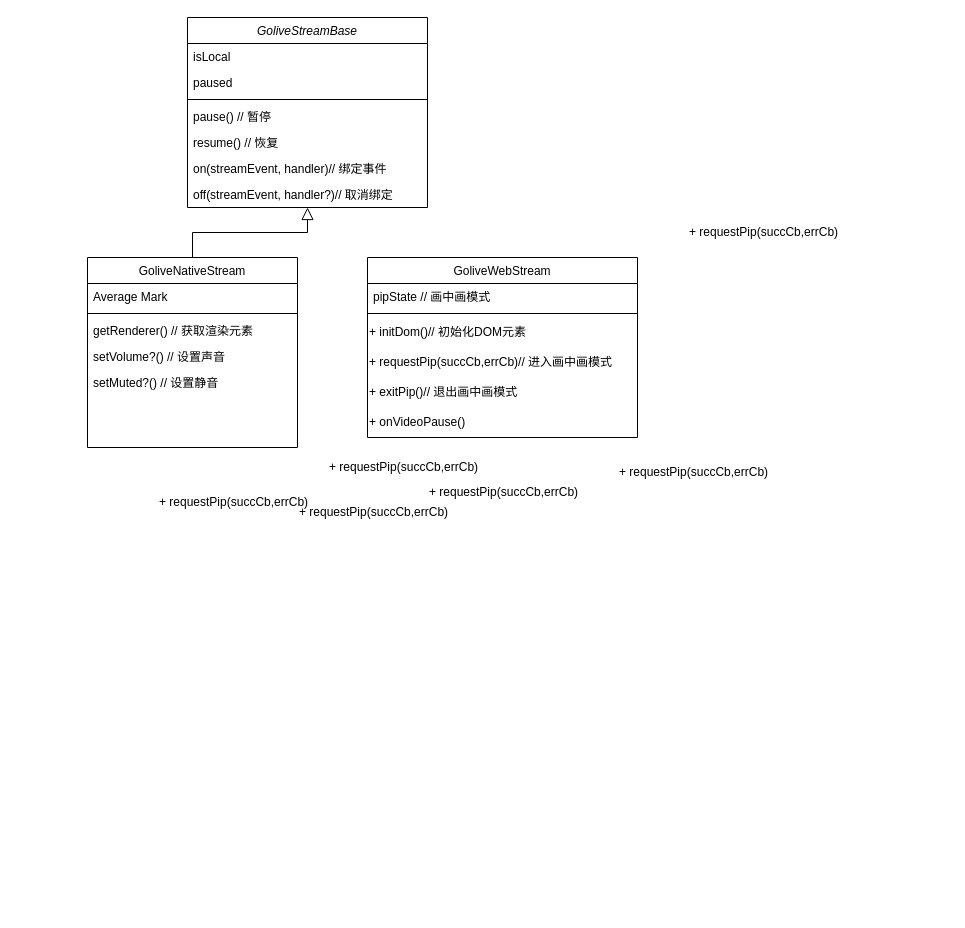
ccccccp/draw-io keeps this draw.io diagram as golive_Stream类.drawio. Above is the earlier version. Source tidied: cells renumbered, new cells numbered last; positions are measured from the earlier drawing's top-left corner, leaving out a move shared by most shapes. Both pictures are drawn from the tidied source at 100%, with x=0, y=0 at pixel (87, 17).
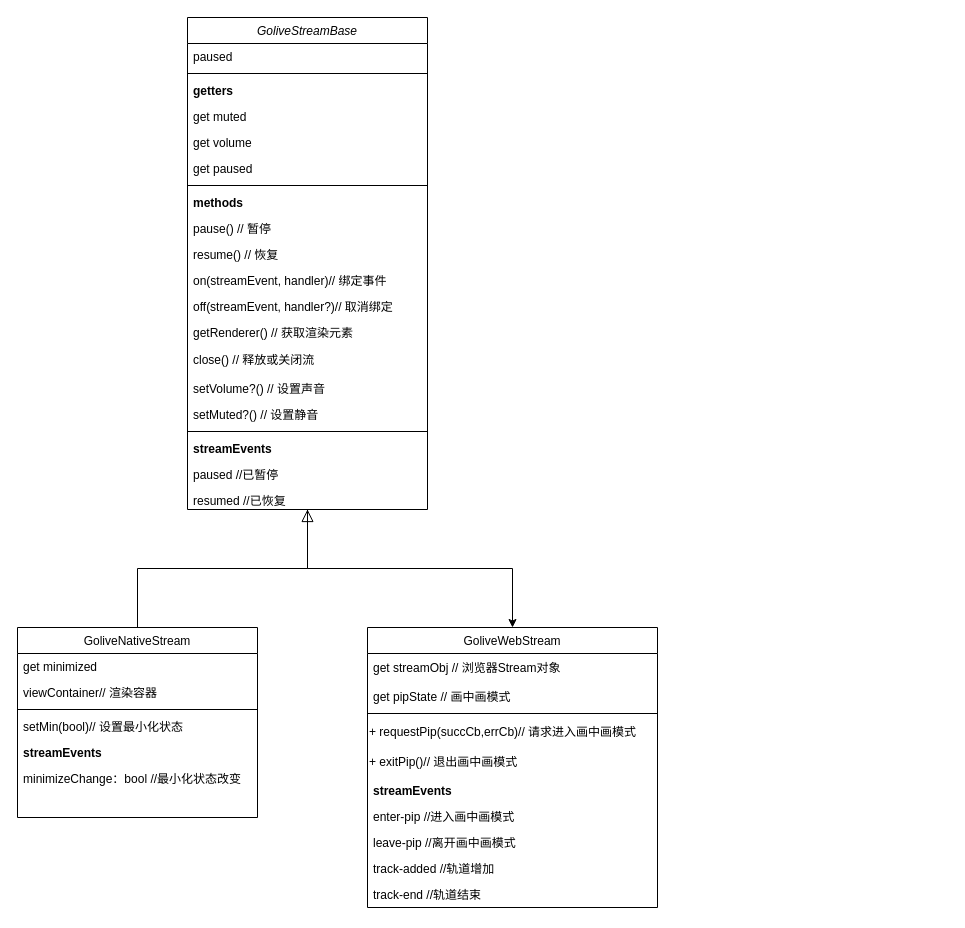
The same page after the edit.

Change to the diagram source:
```diff
@@
+    <mxCell id="30" style="edgeStyle=orthogonalEdgeStyle;rounded=0;jettySize=auto;html=1;entryX=0.5;entryY=0;entryDx=0;entryDy=0;" parent="1" edge="1" source="2" target="17">
+      <mxGeometry relative="1" as="geometry" />
+    </mxCell>
     <mxCell id="2" value="GoliveStreamBase" style="swimlane;fontStyle=2;align=center;verticalAlign=top;horizontal=1;startSize=26;rounded=0;shadow=0;strokeWidth=1;" parent="1" vertex="1">
-      <mxGeometry x="100" width="240" height="190" as="geometry" />
+      <mxGeometry x="100" width="240" height="492" as="geometry" />
     </mxCell>
-    <mxCell id="3" value="isLocal" style="text;align=left;verticalAlign=top;spacingLeft=4;spacingRight=4;overflow=hidden;" parent="2" vertex="1">
-      <mxGeometry y="26" width="240" height="26" as="geometry" />
-    </mxCell>
     <mxCell id="4" value="paused" style="text;align=left;verticalAlign=top;spacingLeft=4;spacingRight=4;overflow=hidden;rounded=0;shadow=0;html=0;" parent="2" vertex="1">
-      <mxGeometry y="52" width="240" height="26" as="geometry" />
+      <mxGeometry y="26" width="240" height="26" as="geometry" />
     </mxCell>
     <mxCell id="5" style="line;html=1;strokeWidth=1;align=left;verticalAlign=middle;spacingTop=-1;spacingLeft=3;spacingRight=3;labelPosition=right;" parent="2" vertex="1">
-      <mxGeometry y="78" width="240" height="8" as="geometry" />
+      <mxGeometry y="52" width="240" height="8" as="geometry" />
     </mxCell>
+    <mxCell id="31" value="getters" style="text;align=left;verticalAlign=top;spacingLeft=4;spacingRight=4;overflow=hidden;fontStyle=1;" parent="2" vertex="1">
+      <mxGeometry y="60" width="240" height="26" as="geometry" />
+    </mxCell>
-    <mxCell id="6" value="pause() // 暂停" style="text;align=left;verticalAlign=top;spacingLeft=4;spacingRight=4;overflow=hidden;" parent="2" vertex="1">
+    <mxCell id="6" value="get muted" style="text;align=left;verticalAlign=top;spacingLeft=4;spacingRight=4;overflow=hidden;" parent="2" vertex="1">
       <mxGeometry y="86" width="240" height="26" as="geometry" />
     </mxCell>
+    <mxCell id="32" value="get volume" style="text;align=left;verticalAlign=top;spacingLeft=4;spacingRight=4;overflow=hidden;" parent="2" vertex="1">
+      <mxGeometry y="112" width="240" height="26" as="geometry" />
+    </mxCell>
+    <mxCell id="33" value="get paused" style="text;align=left;verticalAlign=top;spacingLeft=4;spacingRight=4;overflow=hidden;" parent="2" vertex="1">
+      <mxGeometry y="138" width="240" height="26" as="geometry" />
+    </mxCell>
+    <mxCell id="34" style="line;html=1;strokeWidth=1;align=left;verticalAlign=middle;spacingTop=-1;spacingLeft=3;spacingRight=3;labelPosition=right;" parent="2" vertex="1">
+      <mxGeometry y="164" width="240" height="8" as="geometry" />
+    </mxCell>
+    <mxCell id="35" value="methods" style="text;align=left;verticalAlign=top;spacingLeft=4;spacingRight=4;overflow=hidden;fontStyle=1;" parent="2" vertex="1">
+      <mxGeometry y="172" width="240" height="26" as="geometry" />
+    </mxCell>
+    <mxCell id="36" value="pause() // 暂停" style="text;align=left;verticalAlign=top;spacingLeft=4;spacingRight=4;overflow=hidden;" parent="2" vertex="1">
+      <mxGeometry y="198" width="240" height="26" as="geometry" />
+    </mxCell>
     <mxCell id="7" value="resume() // 恢复" style="text;align=left;verticalAlign=top;spacingLeft=4;spacingRight=4;overflow=hidden;" parent="2" vertex="1">
-      <mxGeometry y="112" width="240" height="26" as="geometry" />
+      <mxGeometry y="224" width="240" height="26" as="geometry" />
     </mxCell>
     <mxCell id="8" value="on(streamEvent, handler)// 绑定事件" style="text;align=left;verticalAlign=top;spacingLeft=4;spacingRight=4;overflow=hidden;rounded=0;shadow=0;html=0;" parent="2" vertex="1">
-      <mxGeometry y="138" width="240" height="26" as="geometry" />
+      <mxGeometry y="250" width="240" height="26" as="geometry" />
     </mxCell>
     <mxCell id="9" value="off(streamEvent, handler?)// 取消绑定" style="text;align=left;verticalAlign=top;spacingLeft=4;spacingRight=4;overflow=hidden;rounded=0;shadow=0;html=0;" parent="2" vertex="1">
-      <mxGeometry y="164" width="240" height="26" as="geometry" />
+      <mxGeometry y="276" width="240" height="26" as="geometry" />
     </mxCell>
+    <mxCell id="13" value="getRenderer() // 获取渲染元素" style="text;align=left;verticalAlign=top;spacingLeft=4;spacingRight=4;overflow=hidden;fontStyle=0;" parent="2" vertex="1">
+      <mxGeometry y="302" width="240" height="26" as="geometry" />
+    </mxCell>
+    <mxCell id="27" value="close() // 释放或关闭流" style="text;html=1;align=left;verticalAlign=middle;strokeColor=none;fillColor=none;spacingLeft=4;" parent="2" vertex="1">
+      <mxGeometry y="328" width="240" height="30" as="geometry" />
+    </mxCell>
+    <mxCell id="14" value="setVolume?() // 设置声音" style="text;align=left;verticalAlign=top;spacingLeft=4;spacingRight=4;overflow=hidden;" parent="2" vertex="1">
+      <mxGeometry y="358" width="240" height="26" as="geometry" />
+    </mxCell>
+    <mxCell id="15" value="setMuted?() // 设置静音" style="text;align=left;verticalAlign=top;spacingLeft=4;spacingRight=4;overflow=hidden;" parent="2" vertex="1">
+      <mxGeometry y="384" width="240" height="26" as="geometry" />
+    </mxCell>
+    <mxCell id="37" style="line;html=1;strokeWidth=1;align=left;verticalAlign=middle;spacingTop=-1;spacingLeft=3;spacingRight=3;labelPosition=right;" parent="2" vertex="1">
+      <mxGeometry y="410" width="240" height="8" as="geometry" />
+    </mxCell>
+    <mxCell id="38" value="streamEvents" style="text;align=left;verticalAlign=top;spacingLeft=4;spacingRight=4;overflow=hidden;fontStyle=1;" parent="2" vertex="1">
+      <mxGeometry y="418" width="240" height="26" as="geometry" />
+    </mxCell>
+    <mxCell id="39" value="paused //已暂停" style="text;align=left;verticalAlign=top;spacingLeft=4;spacingRight=4;overflow=hidden;" parent="2" vertex="1">
+      <mxGeometry y="444" width="240" height="26" as="geometry" />
+    </mxCell>
+    <mxCell id="40" value="resumed //已恢复" style="text;align=left;verticalAlign=top;spacingLeft=4;spacingRight=4;overflow=hidden;" parent="2" vertex="1">
+      <mxGeometry y="470" width="240" height="22" as="geometry" />
+    </mxCell>
     <mxCell id="10" value="GoliveNativeStream" style="swimlane;fontStyle=0;align=center;verticalAlign=top;horizontal=1;startSize=26;rounded=0;shadow=0;strokeWidth=1;" parent="1" vertex="1">
-      <mxGeometry y="240" width="210" height="190" as="geometry" />
+      <mxGeometry x="-70" y="610" width="240" height="190" as="geometry" />
     </mxCell>
-    <mxCell id="11" value="Average Mark" style="text;align=left;verticalAlign=top;spacingLeft=4;spacingRight=4;overflow=hidden;rounded=0;shadow=0;html=0;" parent="10" vertex="1">
-      <mxGeometry y="26" width="210" height="26" as="geometry" />
+    <mxCell id="11" value="get minimized" style="text;align=left;verticalAlign=top;spacingLeft=4;spacingRight=4;overflow=hidden;rounded=0;shadow=0;html=0;" parent="10" vertex="1">
+      <mxGeometry y="26" width="240" height="26" as="geometry" />
     </mxCell>
+    <mxCell id="41" value="viewContainer// 渲染容器" style="text;align=left;verticalAlign=top;spacingLeft=4;spacingRight=4;overflow=hidden;rounded=0;shadow=0;html=0;" parent="10" vertex="1">
+      <mxGeometry y="52" width="240" height="26" as="geometry" />
+    </mxCell>
     <mxCell id="12" style="line;html=1;strokeWidth=1;align=left;verticalAlign=middle;spacingTop=-1;spacingLeft=3;spacingRight=3;labelPosition=right;" parent="10" vertex="1">
-      <mxGeometry y="52" width="210" height="8" as="geometry" />
+      <mxGeometry y="78" width="240" height="8" as="geometry" />
     </mxCell>
-    <mxCell id="13" value="getRenderer() // 获取渲染元素" style="text;align=left;verticalAlign=top;spacingLeft=4;spacingRight=4;overflow=hidden;fontStyle=0;" parent="10" vertex="1">
-      <mxGeometry y="60" width="210" height="26" as="geometry" />
-    </mxCell>
-    <mxCell id="14" value="setVolume?() // 设置声音" style="text;align=left;verticalAlign=top;spacingLeft=4;spacingRight=4;overflow=hidden;" parent="10" vertex="1">
-      <mxGeometry y="86" width="210" height="26" as="geometry" />
-    </mxCell>
-    <mxCell id="15" value="setMuted?() // 设置静音" style="text;align=left;verticalAlign=top;spacingLeft=4;spacingRight=4;overflow=hidden;" parent="10" vertex="1">
-      <mxGeometry y="112" width="210" height="26" as="geometry" />
-    </mxCell>
+    <mxCell id="42" value="setMin(bool)// 设置最小化状态" style="text;align=left;verticalAlign=top;spacingLeft=4;spacingRight=4;overflow=hidden;rounded=0;shadow=0;html=0;" parent="10" vertex="1">
+      <mxGeometry y="86" width="240" height="26" as="geometry" />
+    </mxCell>
+    <mxCell id="43" value="streamEvents" style="text;align=left;verticalAlign=top;spacingLeft=4;spacingRight=4;overflow=hidden;fontStyle=1;" parent="10" vertex="1">
+      <mxGeometry y="112" width="240" height="26" as="geometry" />
+    </mxCell>
+    <mxCell id="44" value="minimizeChange：bool //最小化状态改变" style="text;align=left;verticalAlign=top;spacingLeft=4;spacingRight=4;overflow=hidden;" parent="10" vertex="1">
+      <mxGeometry y="138" width="240" height="26" as="geometry" />
+    </mxCell>
@@
     <mxCell id="17" value="GoliveWebStream" style="swimlane;fontStyle=0;align=center;verticalAlign=top;horizontal=1;startSize=26;rounded=0;shadow=0;strokeWidth=1;" parent="1" vertex="1">
-      <mxGeometry x="280" y="240" width="270" height="180" as="geometry" />
+      <mxGeometry x="280" y="610" width="290" height="280" as="geometry" />
     </mxCell>
+    <mxCell id="22" value="get streamObj // 浏览器Stream对象" style="text;html=1;align=left;verticalAlign=middle;strokeColor=none;fillColor=none;spacingLeft=4;" parent="17" vertex="1">
+      <mxGeometry y="26" width="290" height="30" as="geometry" />
+    </mxCell>
-    <mxCell id="18" value="pipState // 画中画模式" style="text;align=left;verticalAlign=top;spacingLeft=4;spacingRight=4;overflow=hidden;" parent="17" vertex="1">
-      <mxGeometry y="26" width="270" height="26" as="geometry" />
+    <mxCell id="18" value="get pipState // 画中画模式" style="text;align=left;verticalAlign=top;spacingLeft=4;spacingRight=4;overflow=hidden;" parent="17" vertex="1">
+      <mxGeometry y="56" width="290" height="26" as="geometry" />
     </mxCell>
     <mxCell id="19" style="line;html=1;strokeWidth=1;align=left;verticalAlign=middle;spacingTop=-1;spacingLeft=3;spacingRight=3;labelPosition=right;" parent="17" vertex="1">
-      <mxGeometry y="52" width="270" height="8" as="geometry" />
+      <mxGeometry y="82" width="290" height="8" as="geometry" />
     </mxCell>
-    <mxCell id="20" value="+ initDom()// 初始化DOM元素" style="text;html=1;align=left;verticalAlign=middle;strokeColor=none;fillColor=none;" parent="17" vertex="1">
-      <mxGeometry y="60" width="270" height="30" as="geometry" />
-    </mxCell>
-    <mxCell id="21" value="+ requestPip(succCb,errCb)// 进入画中画模式" style="text;html=1;align=left;verticalAlign=middle;strokeColor=none;fillColor=none;" parent="17" vertex="1">
-      <mxGeometry y="90" width="270" height="30" as="geometry" />
+    <mxCell id="21" value="+ requestPip(succCb,errCb)// 请求进入画中画模式" style="text;html=1;align=left;verticalAlign=middle;strokeColor=none;fillColor=none;" parent="17" vertex="1">
+      <mxGeometry y="90" width="290" height="30" as="geometry" />
     </mxCell>
-    <mxCell id="22" value="+ exitPip()// 退出画中画模式" style="text;html=1;align=left;verticalAlign=middle;strokeColor=none;fillColor=none;" parent="17" vertex="1">
-      <mxGeometry y="120" width="270" height="30" as="geometry" />
-    </mxCell>
-    <mxCell id="23" value="+ onVideoPause()" style="text;html=1;align=left;verticalAlign=middle;strokeColor=none;fillColor=none;" parent="17" vertex="1">
-      <mxGeometry y="150" width="270" height="30" as="geometry" />
-    </mxCell>
-    <mxCell id="24" value="+ requestPip(succCb,errCb)" style="text;html=1;align=left;verticalAlign=middle;strokeColor=none;fillColor=none;" parent="1" vertex="1">
-      <mxGeometry x="70" y="470" width="260" height="30" as="geometry" />
-    </mxCell>
-    <mxCell id="25" value="+ requestPip(succCb,errCb)" style="text;html=1;align=left;verticalAlign=middle;strokeColor=none;fillColor=none;" parent="1" vertex="1">
-      <mxGeometry x="240" y="435" width="260" height="30" as="geometry" />
-    </mxCell>
-    <mxCell id="26" value="+ requestPip(succCb,errCb)" style="text;html=1;align=left;verticalAlign=middle;strokeColor=none;fillColor=none;" parent="1" vertex="1">
-      <mxGeometry x="210" y="480" width="260" height="30" as="geometry" />
-    </mxCell>
-    <mxCell id="27" value="+ requestPip(succCb,errCb)" style="text;html=1;align=left;verticalAlign=middle;strokeColor=none;fillColor=none;" parent="1" vertex="1">
-      <mxGeometry x="600" y="200" width="260" height="30" as="geometry" />
-    </mxCell>
-    <mxCell id="28" value="+ requestPip(succCb,errCb)" style="text;html=1;align=left;verticalAlign=middle;strokeColor=none;fillColor=none;" parent="1" vertex="1">
-      <mxGeometry x="530" y="440" width="260" height="30" as="geometry" />
+    <mxCell id="28" value="+ exitPip()// 退出画中画模式" style="text;html=1;align=left;verticalAlign=middle;strokeColor=none;fillColor=none;" parent="17" vertex="1">
+      <mxGeometry y="120" width="290" height="30" as="geometry" />
     </mxCell>
-    <mxCell id="29" value="+ requestPip(succCb,errCb)" style="text;html=1;align=left;verticalAlign=middle;strokeColor=none;fillColor=none;" parent="1" vertex="1">
-      <mxGeometry x="340" y="460" width="260" height="30" as="geometry" />
-    </mxCell>
+    <mxCell id="45" value="streamEvents" style="text;align=left;verticalAlign=top;spacingLeft=4;spacingRight=4;overflow=hidden;fontStyle=1;" parent="17" vertex="1">
+      <mxGeometry y="150" width="290" height="26" as="geometry" />
+    </mxCell>
+    <mxCell id="46" value="enter-pip //进入画中画模式" style="text;align=left;verticalAlign=top;spacingLeft=4;spacingRight=4;overflow=hidden;" parent="17" vertex="1">
+      <mxGeometry y="176" width="290" height="26" as="geometry" />
+    </mxCell>
+    <mxCell id="47" value="leave-pip //离开画中画模式" style="text;align=left;verticalAlign=top;spacingLeft=4;spacingRight=4;overflow=hidden;" parent="17" vertex="1">
+      <mxGeometry y="202" width="290" height="26" as="geometry" />
+    </mxCell>
+    <mxCell id="48" value="track-added //轨道增加" style="text;align=left;verticalAlign=top;spacingLeft=4;spacingRight=4;overflow=hidden;" parent="17" vertex="1">
+      <mxGeometry y="228" width="290" height="26" as="geometry" />
+    </mxCell>
+    <mxCell id="49" value="track-end //轨道结束" style="text;align=left;verticalAlign=top;spacingLeft=4;spacingRight=4;overflow=hidden;" parent="17" vertex="1">
+      <mxGeometry y="254" width="290" height="26" as="geometry" />
+    </mxCell>
```
